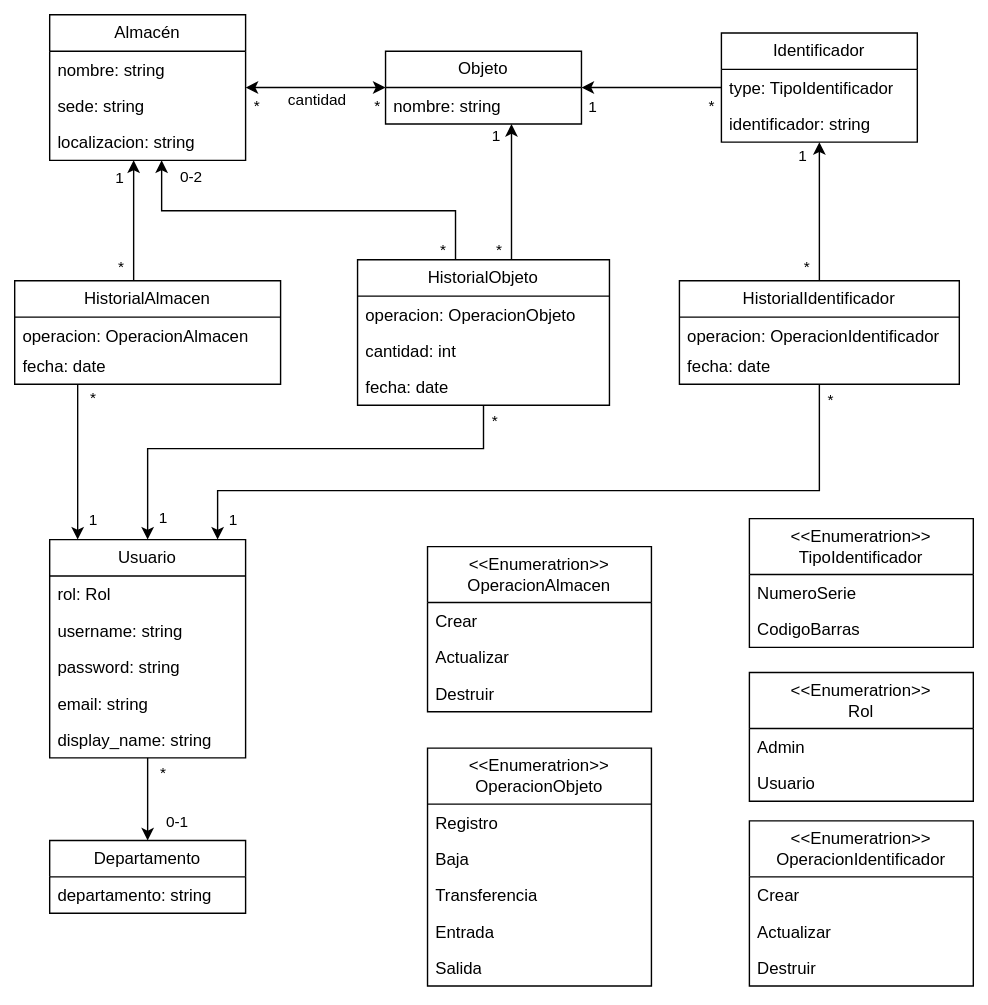
Emilio-115/Proyecto-IR-G2-12 keeps this draw.io diagram as assets/Diagrama de clases.drawio.svg. Above is the earlier version. Source tidied: cells renumbered, new cells last; positions are measured from the earlier drawing's top-left corner, leaving out a move shared by most shapes.
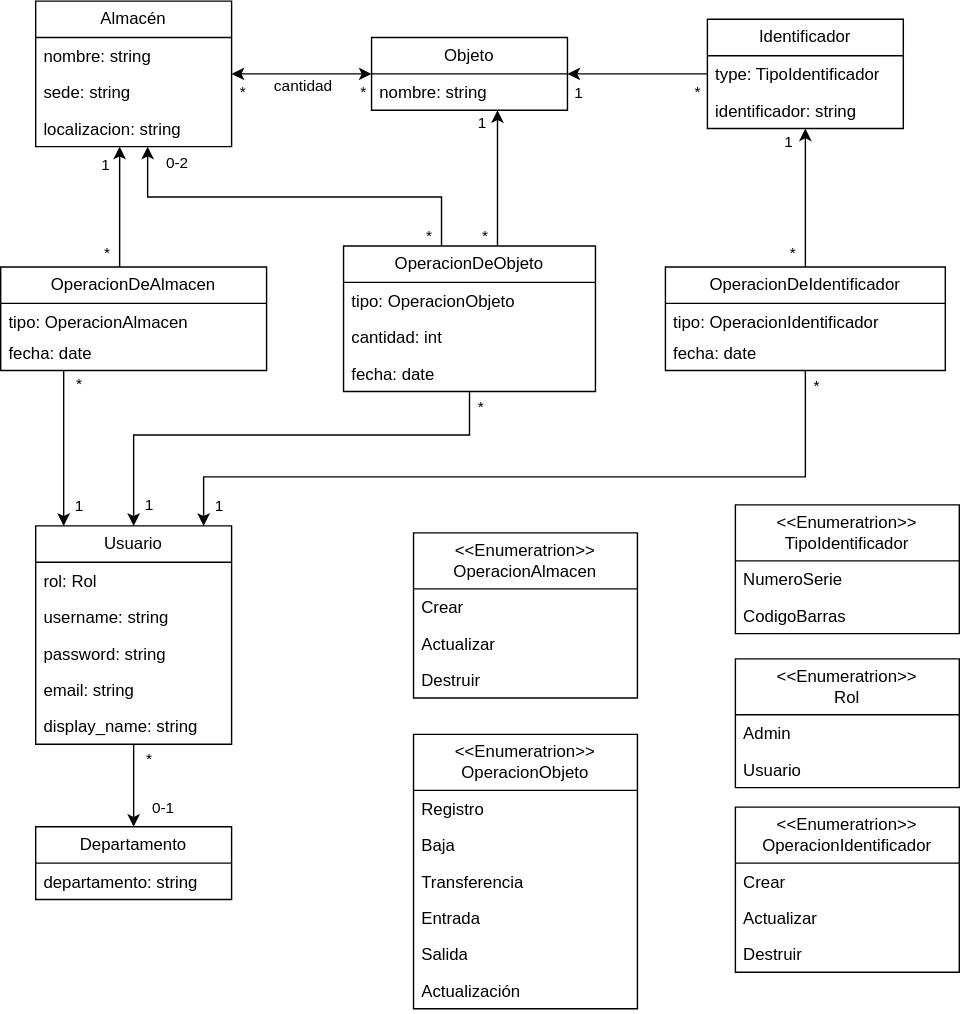
Later version of the same file.

Commit message:
Correcion nombres entidades diagrama de clases

Change to the diagram source:
```diff
@@ -38,10 +38,10 @@
         <mxPoint x="5" y="-1" as="offset" />
       </mxGeometry>
     </mxCell>
-    <mxCell id="8" value="HistorialIdentificador" style="swimlane;fontStyle=0;horizontal=1;startSize=26;fillColor=none;whiteSpace=wrap;html=1;" parent="1" vertex="1">
+    <mxCell id="8" value="OperacionDeIdentificador" style="swimlane;fontStyle=0;horizontal=1;startSize=26;fillColor=none;whiteSpace=wrap;html=1;" parent="1" vertex="1">
       <mxGeometry x="475" y="190" width="200" height="74" as="geometry" />
     </mxCell>
-    <mxCell id="9" value="operacion: OperacionIdentificador" style="text;strokeColor=none;fillColor=none;align=left;verticalAlign=top;spacingLeft=4;spacingRight=4;overflow=hidden;whiteSpace=wrap;html=1;" parent="8" vertex="1">
+    <mxCell id="9" value="tipo: OperacionIdentificador" style="text;strokeColor=none;fillColor=none;align=left;verticalAlign=top;spacingLeft=4;spacingRight=4;overflow=hidden;whiteSpace=wrap;html=1;" parent="8" vertex="1">
       <mxGeometry y="26" width="200" height="22" as="geometry" />
     </mxCell>
     <mxCell id="10" value="fecha: date" style="text;strokeColor=none;fillColor=none;align=left;verticalAlign=top;spacingLeft=4;spacingRight=4;overflow=hidden;whiteSpace=wrap;html=1;" parent="8" vertex="1">
@@ -195,10 +195,10 @@
         <mxPoint x="-10" as="offset" />
       </mxGeometry>
     </mxCell>
-    <mxCell id="45" value="HistorialObjeto" style="swimlane;fontStyle=0;horizontal=1;startSize=26;fillColor=none;whiteSpace=wrap;html=1;" parent="1" vertex="1">
+    <mxCell id="45" value="OperacionDeObjeto" style="swimlane;fontStyle=0;horizontal=1;startSize=26;fillColor=none;whiteSpace=wrap;html=1;" parent="1" vertex="1">
       <mxGeometry x="245" y="175" width="180" height="104" as="geometry" />
     </mxCell>
-    <mxCell id="46" value="operacion: OperacionObjeto" style="text;strokeColor=none;fillColor=none;align=left;verticalAlign=top;spacingLeft=4;spacingRight=4;overflow=hidden;whiteSpace=wrap;html=1;" parent="45" vertex="1">
+    <mxCell id="46" value="tipo: OperacionObjeto" style="text;strokeColor=none;fillColor=none;align=left;verticalAlign=top;spacingLeft=4;spacingRight=4;overflow=hidden;whiteSpace=wrap;html=1;" parent="45" vertex="1">
       <mxGeometry y="26" width="180" height="26" as="geometry" />
     </mxCell>
     <mxCell id="47" value="cantidad: int" style="text;strokeColor=none;fillColor=none;align=left;verticalAlign=top;spacingLeft=4;spacingRight=4;overflow=hidden;whiteSpace=wrap;html=1;" parent="45" vertex="1">
@@ -243,10 +243,10 @@
         <mxPoint x="8" as="offset" />
       </mxGeometry>
     </mxCell>
-    <mxCell id="55" value="HistorialAlmacen" style="swimlane;fontStyle=0;horizontal=1;startSize=26;fillColor=none;whiteSpace=wrap;html=1;" parent="1" vertex="1">
+    <mxCell id="55" value="OperacionDeAlmacen" style="swimlane;fontStyle=0;horizontal=1;startSize=26;fillColor=none;whiteSpace=wrap;html=1;" parent="1" vertex="1">
       <mxGeometry y="190" width="190" height="74" as="geometry" />
     </mxCell>
-    <mxCell id="56" value="operacion: OperacionAlmacen" style="text;strokeColor=none;fillColor=none;align=left;verticalAlign=top;spacingLeft=4;spacingRight=4;overflow=hidden;whiteSpace=wrap;html=1;" parent="55" vertex="1">
+    <mxCell id="56" value="tipo: OperacionAlmacen" style="text;strokeColor=none;fillColor=none;align=left;verticalAlign=top;spacingLeft=4;spacingRight=4;overflow=hidden;whiteSpace=wrap;html=1;" parent="55" vertex="1">
       <mxGeometry y="26" width="190" height="22" as="geometry" />
     </mxCell>
     <mxCell id="57" value="fecha: date" style="text;strokeColor=none;fillColor=none;align=left;verticalAlign=top;spacingLeft=4;spacingRight=4;overflow=hidden;whiteSpace=wrap;html=1;" parent="55" vertex="1">
@@ -280,7 +280,7 @@
       <mxGeometry y="92" width="160" height="26" as="geometry" />
     </mxCell>
     <mxCell id="67" value="&lt;div&gt;&amp;lt;&amp;lt;Enumeratrion&amp;gt;&amp;gt;&lt;/div&gt;OperacionObjeto" style="swimlane;fontStyle=0;horizontal=1;startSize=40;fillColor=none;whiteSpace=wrap;html=1;" parent="1" vertex="1">
-      <mxGeometry x="295" y="524" width="160" height="170" as="geometry" />
+      <mxGeometry x="295" y="524" width="160" height="196" as="geometry" />
     </mxCell>
     <mxCell id="68" value="Registro" style="text;strokeColor=none;fillColor=none;align=left;verticalAlign=top;spacingLeft=4;spacingRight=4;overflow=hidden;whiteSpace=wrap;html=1;" parent="67" vertex="1">
       <mxGeometry y="40" width="160" height="26" as="geometry" />
@@ -294,8 +294,11 @@
     <mxCell id="71" value="Entrada" style="text;strokeColor=none;fillColor=none;align=left;verticalAlign=top;spacingLeft=4;spacingRight=4;overflow=hidden;whiteSpace=wrap;html=1;" parent="67" vertex="1">
       <mxGeometry y="118" width="160" height="26" as="geometry" />
     </mxCell>
+    <mxCell id="80" value="Salida" style="text;strokeColor=none;fillColor=none;align=left;verticalAlign=top;spacingLeft=4;spacingRight=4;overflow=hidden;whiteSpace=wrap;html=1;" parent="67" vertex="1">
+      <mxGeometry y="144" width="160" height="26" as="geometry" />
+    </mxCell>
-    <mxCell id="72" value="Salida" style="text;strokeColor=none;fillColor=none;align=left;verticalAlign=top;spacingLeft=4;spacingRight=4;overflow=hidden;whiteSpace=wrap;html=1;" parent="67" vertex="1">
-      <mxGeometry y="144" width="160" height="26" as="geometry" />
+    <mxCell id="72" value="Actualización" style="text;strokeColor=none;fillColor=none;align=left;verticalAlign=top;spacingLeft=4;spacingRight=4;overflow=hidden;whiteSpace=wrap;html=1;" parent="67" vertex="1">
+      <mxGeometry y="170" width="160" height="26" as="geometry" />
     </mxCell>
     <mxCell id="73" value="&lt;div&gt;&amp;lt;&amp;lt;Enumeratrion&amp;gt;&amp;gt;&lt;/div&gt;OperacionIdentificador" style="swimlane;fontStyle=0;horizontal=1;startSize=40;fillColor=none;whiteSpace=wrap;html=1;" parent="1" vertex="1">
       <mxGeometry x="525" y="576" width="160" height="118" as="geometry" />
```
